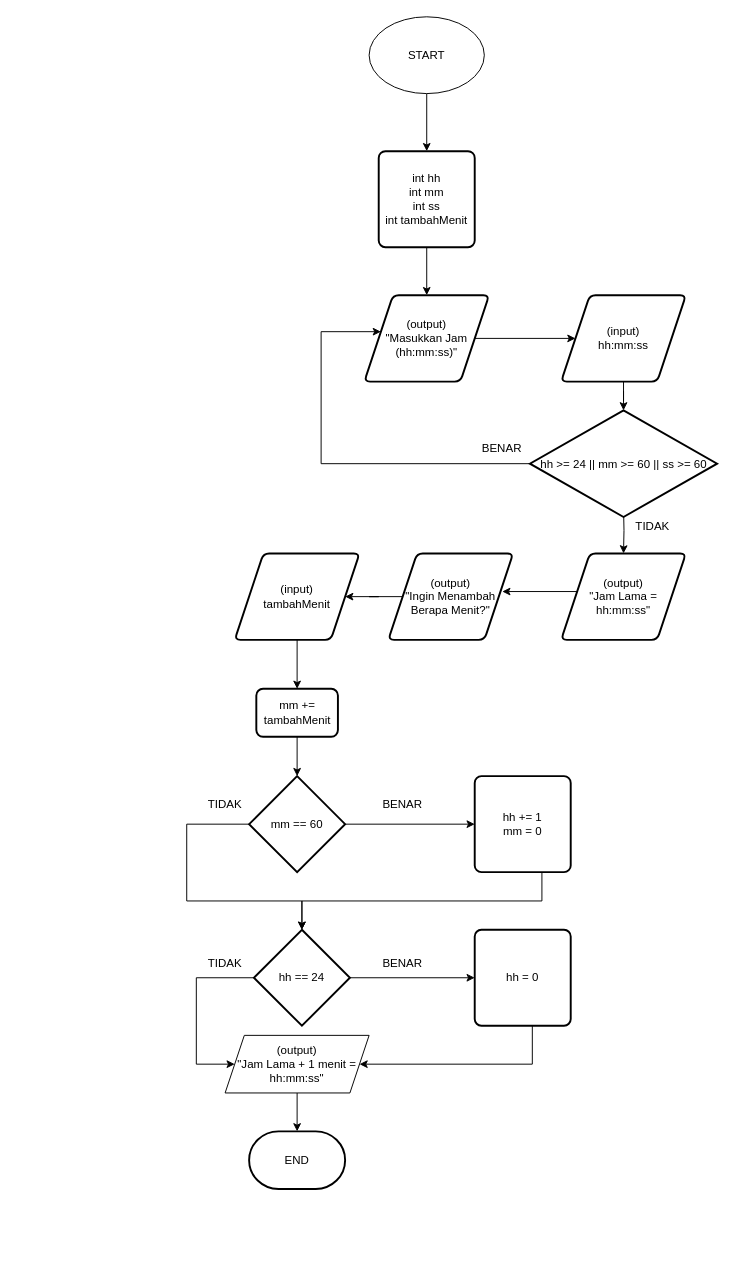
Before: LC Request/Request Pertama/Soal A/Nomor2.drawio in ammarsufyan/HIMTI-LC-D, a draw.io diagram. Source tidied: cells renumbered, new cells numbered last; positions are measured from the earlier drawing's top-left corner, leaving out a move shared by most shapes. Both pictures are drawn from the tidied source at 96%, with x=0, y=0 at pixel (186, 16).
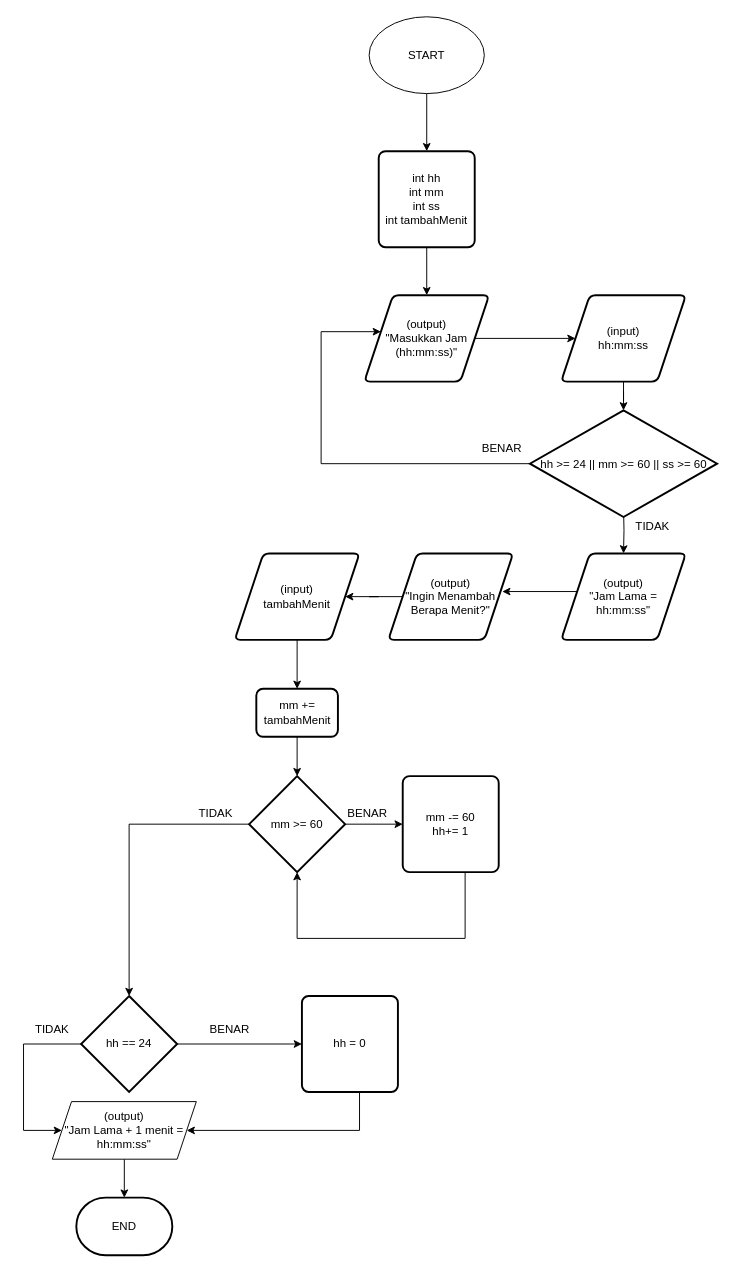
Above is the later version.

The edit, as a diff of the source:
```diff
@@
-    <mxCell id="14" style="edgeStyle=orthogonalEdgeStyle;rounded=0;jettySize=auto;html=1;entryX=0;entryY=0.5;entryDx=0;entryDy=0;" parent="1" edge="1" source="16" target="27">
+    <mxCell id="14" style="edgeStyle=orthogonalEdgeStyle;rounded=0;jettySize=auto;html=1;" parent="1" edge="1" source="16" target="27">
       <mxGeometry relative="1" as="geometry" />
     </mxCell>
-    <mxCell id="15" style="edgeStyle=orthogonalEdgeStyle;rounded=0;jettySize=auto;html=1;" parent="1" edge="1" source="16">
-      <mxGeometry relative="1" as="geometry">
-        <mxPoint x="120" y="951" as="targetPoint" />
-        <Array as="points">
-          <mxPoint y="841" />
-          <mxPoint y="921" />
-          <mxPoint x="120" y="921" />
-        </Array>
-      </mxGeometry>
-    </mxCell>
+    <mxCell id="40" style="edgeStyle=orthogonalEdgeStyle;rounded=0;jettySize=auto;html=1;" parent="1" edge="1" source="16" target="19">
+      <mxGeometry relative="1" as="geometry" />
+    </mxCell>
-    <mxCell id="16" value="mm == 60" style="strokeWidth=2;html=1;shape=mxgraph.flowchart.decision;whiteSpace=wrap;" parent="1" vertex="1">
+    <mxCell id="16" value="mm &amp;gt;= 60" style="strokeWidth=2;html=1;shape=mxgraph.flowchart.decision;whiteSpace=wrap;" parent="1" vertex="1">
       <mxGeometry x="65" y="791" width="100" height="100" as="geometry" />
     </mxCell>
@@
     <mxCell id="18" style="edgeStyle=orthogonalEdgeStyle;rounded=0;jettySize=auto;html=1;entryX=0;entryY=0.5;entryDx=0;entryDy=0;" parent="1" edge="1" source="19" target="25">
       <mxGeometry relative="1" as="geometry">
         <Array as="points">
-          <mxPoint x="10" y="1001" />
-          <mxPoint x="10" y="1091" />
+          <mxPoint x="-170" y="1070" />
+          <mxPoint x="-170" y="1160" />
         </Array>
       </mxGeometry>
     </mxCell>
     <mxCell id="19" value="hh == 24" style="strokeWidth=2;html=1;shape=mxgraph.flowchart.decision;whiteSpace=wrap;" parent="1" vertex="1">
-      <mxGeometry x="70" y="951" width="100" height="100" as="geometry" />
+      <mxGeometry x="-110" y="1020" width="100" height="100" as="geometry" />
     </mxCell>
     <mxCell id="20" style="edgeStyle=orthogonalEdgeStyle;rounded=0;jettySize=auto;html=1;entryX=1;entryY=0.5;entryDx=0;entryDy=0;" parent="1" edge="1" source="21" target="25">
       <mxGeometry relative="1" as="geometry">
         <Array as="points">
-          <mxPoint x="360" y="1091" />
+          <mxPoint x="180" y="1160" />
         </Array>
       </mxGeometry>
     </mxCell>
     <mxCell id="21" value="hh = 0" style="rounded=1;whiteSpace=wrap;html=1;absoluteArcSize=1;arcSize=14;strokeWidth=2;" parent="1" vertex="1">
-      <mxGeometry x="300" y="951" width="100" height="100" as="geometry" />
+      <mxGeometry x="120" y="1020" width="100" height="100" as="geometry" />
     </mxCell>
     <mxCell id="22" value="BENAR" style="text;html=1;strokeColor=none;fillColor=none;align=center;verticalAlign=middle;whiteSpace=wrap;rounded=0;" parent="1" vertex="1">
-      <mxGeometry x="205" y="976" width="40" height="20" as="geometry" />
+      <mxGeometry x="25" y="1045" width="40" height="20" as="geometry" />
     </mxCell>
     <mxCell id="23" value="TIDAK" style="text;html=1;strokeColor=none;fillColor=none;align=center;verticalAlign=middle;whiteSpace=wrap;rounded=0;" parent="1" vertex="1">
-      <mxGeometry x="20" y="976" width="40" height="20" as="geometry" />
+      <mxGeometry x="-160" y="1045" width="40" height="20" as="geometry" />
     </mxCell>
@@
     <mxCell id="25" value="(output)&lt;br&gt;&quot;Jam Lama + 1 menit = hh:mm:ss&quot;" style="shape=parallelogram;perimeter=parallelogramPerimeter;whiteSpace=wrap;html=1;fixedSize=1;" parent="1" vertex="1">
-      <mxGeometry x="40" y="1061" width="150" height="60" as="geometry" />
+      <mxGeometry x="-140" y="1130" width="150" height="60" as="geometry" />
     </mxCell>
-    <mxCell id="26" style="edgeStyle=orthogonalEdgeStyle;rounded=0;jettySize=auto;html=1;entryX=0.5;entryY=0;entryDx=0;entryDy=0;entryPerimeter=0;" parent="1" edge="1" source="27" target="19">
-      <mxGeometry relative="1" as="geometry">
-        <Array as="points">
-          <mxPoint x="370" y="921" />
-          <mxPoint x="120" y="921" />
-        </Array>
-      </mxGeometry>
-    </mxCell>
+    <mxCell id="41" style="edgeStyle=orthogonalEdgeStyle;rounded=0;jettySize=auto;html=1;entryX=0.5;entryY=1;entryDx=0;entryDy=0;entryPerimeter=0;" parent="1" edge="1" source="27" target="16">
+      <mxGeometry relative="1" as="geometry">
+        <Array as="points">
+          <mxPoint x="290" y="960" />
+          <mxPoint x="115" y="960" />
+        </Array>
+      </mxGeometry>
+    </mxCell>
-    <mxCell id="27" value="hh += 1&lt;br&gt;mm = 0" style="rounded=1;whiteSpace=wrap;html=1;absoluteArcSize=1;arcSize=14;strokeWidth=2;" parent="1" vertex="1">
-      <mxGeometry x="300" y="791" width="100" height="100" as="geometry" />
+    <mxCell id="27" value="mm -= 60&lt;br&gt;hh+= 1" style="rounded=1;whiteSpace=wrap;html=1;absoluteArcSize=1;arcSize=14;strokeWidth=2;" parent="1" vertex="1">
+      <mxGeometry x="225" y="791" width="100" height="100" as="geometry" />
     </mxCell>
-    <mxCell id="28" value="BENAR" style="text;html=1;strokeColor=none;fillColor=none;align=center;verticalAlign=middle;whiteSpace=wrap;rounded=0;" parent="1" vertex="1">
-      <mxGeometry x="205" y="811" width="40" height="20" as="geometry" />
-    </mxCell>
-    <mxCell id="29" value="TIDAK" style="text;html=1;strokeColor=none;fillColor=none;align=center;verticalAlign=middle;whiteSpace=wrap;rounded=0;" parent="1" vertex="1">
-      <mxGeometry x="20" y="811" width="40" height="20" as="geometry" />
-    </mxCell>
     <mxCell id="30" value="END" style="strokeWidth=2;html=1;shape=mxgraph.flowchart.terminator;whiteSpace=wrap;" parent="1" vertex="1">
-      <mxGeometry x="65" y="1161" width="100" height="60" as="geometry" />
+      <mxGeometry x="-115" y="1230" width="100" height="60" as="geometry" />
     </mxCell>
@@
+    <mxCell id="28" value="BENAR" style="text;html=1;align=center;verticalAlign=middle;strokeColor=none;fillColor=none;" parent="1" vertex="1">
+      <mxGeometry x="157.5" y="820" width="60" height="20" as="geometry" />
+    </mxCell>
+    <mxCell id="29" value="TIDAK" style="text;html=1;align=center;verticalAlign=middle;strokeColor=none;fillColor=none;" parent="1" vertex="1">
+      <mxGeometry x="5" y="820" width="50" height="20" as="geometry" />
+    </mxCell>
```
